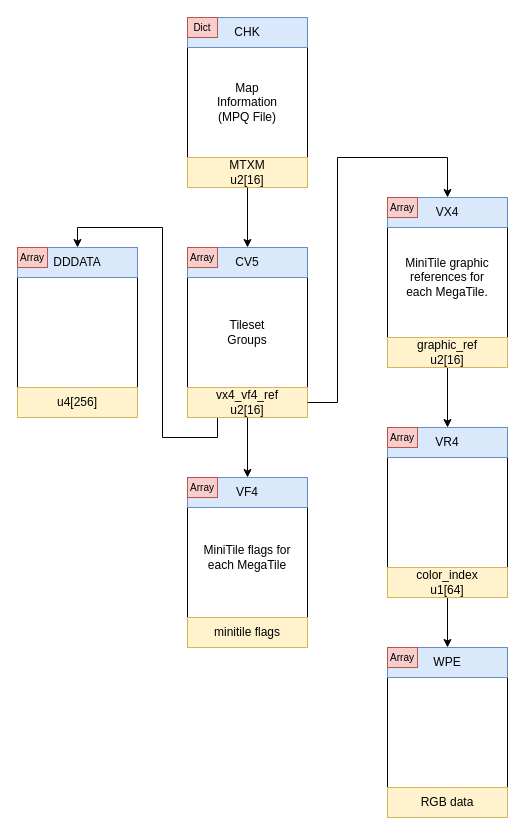
Above: doc/drawio/tilesets.drawio in andreas-volz/startsconverter (draw.io), before the change. Source tidied: cells renumbered, new cells numbered last; positions are measured from the earlier drawing's top-left corner, leaving out a move shared by most shapes. Both pictures are drawn from the tidied source at 100%, with x=0, y=0 at pixel (17, 17).
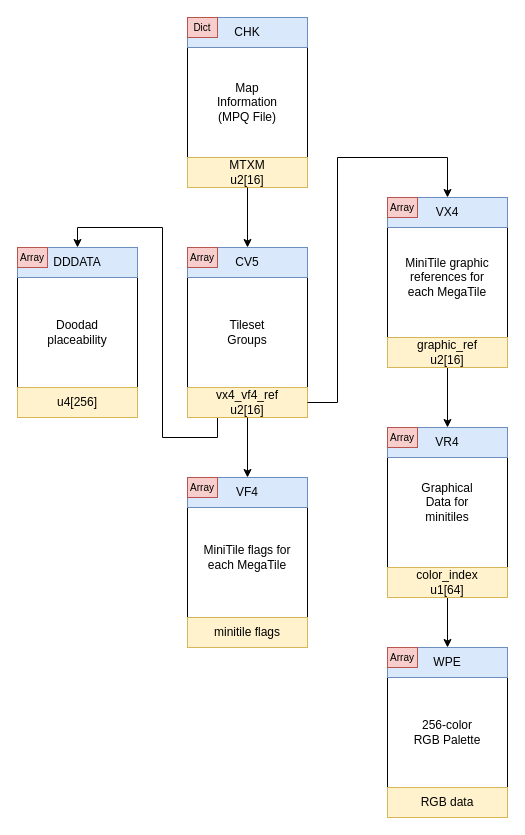
The same diagram, later.

Change to the diagram source:
```diff
@@
-    <mxCell id="39" value="MiniTile graphic references for each MegaTile." style="text;html=1;align=center;verticalAlign=middle;whiteSpace=wrap;rounded=0;" parent="1" vertex="1">
+    <mxCell id="39" value="MiniTile graphic references for each MegaTile" style="text;html=1;align=center;verticalAlign=middle;whiteSpace=wrap;rounded=0;" parent="1" vertex="1">
       <mxGeometry x="382" y="240" width="96" height="40" as="geometry" />
     </mxCell>
+    <mxCell id="40" value="Graphical Data for minitiles" style="text;html=1;align=center;verticalAlign=middle;whiteSpace=wrap;rounded=0;" parent="1" vertex="1">
+      <mxGeometry x="395" y="460" width="70" height="50" as="geometry" />
+    </mxCell>
+    <mxCell id="41" value="256-color RGB Palette" style="text;html=1;align=center;verticalAlign=middle;whiteSpace=wrap;rounded=0;" parent="1" vertex="1">
+      <mxGeometry x="391" y="700" width="78" height="30" as="geometry" />
+    </mxCell>
+    <mxCell id="42" value="Doodad placeability" style="text;html=1;align=center;verticalAlign=middle;whiteSpace=wrap;rounded=0;" parent="1" vertex="1">
+      <mxGeometry x="30" y="300" width="60" height="30" as="geometry" />
+    </mxCell>
```
